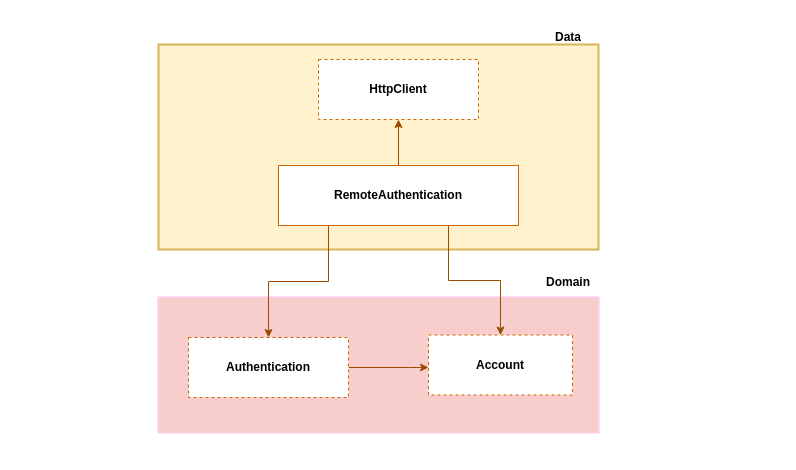
The draw.io diagram diagrams/authentication_use_case.drawio in rrs-sistema/mobile-sales-micros-services, before the edit. Source tidied: cells renumbered, new cells numbered last; positions are measured from the earlier drawing's top-left corner, leaving out a move shared by most shapes. Both pictures are drawn from the tidied source at 100%, with x=0, y=0 at pixel (158, 22).
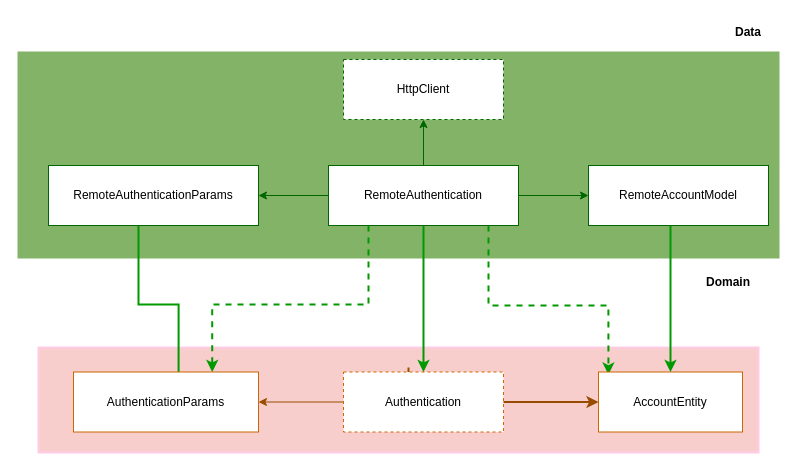
The same diagram, later.

What changed in the source:
```diff
@@
     <mxCell id="2" style="rounded=0;whiteSpace=wrap;html=1;fillColor=#f8cecc;strokeColor=#FFCCE6;strokeWidth=2;" parent="1" vertex="1">
-      <mxGeometry y="275" width="440" height="135" as="geometry" />
+      <mxGeometry x="-120" y="325" width="720" height="105" as="geometry" />
     </mxCell>
-    <mxCell id="3" style="rounded=0;whiteSpace=wrap;html=1;fillColor=#fff2cc;strokeColor=#d6b656;strokeWidth=2;" parent="1" vertex="1">
-      <mxGeometry y="22" width="440" height="205" as="geometry" />
+    <mxCell id="3" style="rounded=0;whiteSpace=wrap;html=1;fillColor=#82B366;strokeColor=#82b366;strokeWidth=2;" parent="1" vertex="1">
+      <mxGeometry x="-140" y="30" width="760" height="205" as="geometry" />
     </mxCell>
-    <mxCell id="4" value="&lt;b&gt;HttpClient&lt;/b&gt;" style="rounded=0;whiteSpace=wrap;html=1;strokeColor=#CC6600;strokeWidth=1;fillColor=default;dashed=1;" parent="1" vertex="1">
-      <mxGeometry x="160" y="37" width="160" height="60" as="geometry" />
+    <mxCell id="4" value="HttpClient" style="rounded=0;whiteSpace=wrap;html=1;strokeColor=#006600;strokeWidth=1;fillColor=default;dashed=1;" parent="1" vertex="1">
+      <mxGeometry x="185" y="37" width="160" height="60" as="geometry" />
     </mxCell>
-    <mxCell id="5" style="edgeStyle=orthogonalEdgeStyle;rounded=0;jettySize=auto;html=1;entryX=0.5;entryY=1;entryDx=0;entryDy=0;strokeColor=#994C00;" parent="1" edge="1" source="8" target="4">
+    <mxCell id="5" style="edgeStyle=orthogonalEdgeStyle;rounded=0;jettySize=auto;html=1;entryX=0.5;entryY=1;entryDx=0;entryDy=0;strokeColor=#006600;" parent="1" edge="1" source="8" target="4">
       <mxGeometry relative="1" as="geometry" />
     </mxCell>
+    <mxCell id="14" style="edgeStyle=orthogonalEdgeStyle;rounded=0;jettySize=auto;html=1;strokeColor=#006600;" parent="1" edge="1" source="8" target="19">
+      <mxGeometry relative="1" as="geometry" />
+    </mxCell>
+    <mxCell id="15" style="edgeStyle=orthogonalEdgeStyle;rounded=0;jettySize=auto;html=1;strokeColor=#006600;" parent="1" edge="1" source="8" target="21">
+      <mxGeometry relative="1" as="geometry" />
+    </mxCell>
-    <mxCell id="6" style="edgeStyle=orthogonalEdgeStyle;rounded=0;jettySize=auto;html=1;entryX=0.5;entryY=0;entryDx=0;entryDy=0;strokeColor=#994C00;" parent="1" edge="1" source="8" target="11">
-      <mxGeometry relative="1" as="geometry">
-        <Array as="points">
-          <mxPoint x="170" y="259" />
-          <mxPoint x="110" y="259" />
-        </Array>
-      </mxGeometry>
+    <mxCell id="6" style="edgeStyle=orthogonalEdgeStyle;rounded=0;jettySize=auto;html=1;strokeColor=#009900;strokeWidth=2;" parent="1" edge="1" source="8" target="11">
+      <mxGeometry relative="1" as="geometry" />
     </mxCell>
+    <mxCell id="16" style="edgeStyle=orthogonalEdgeStyle;rounded=0;jettySize=auto;html=1;entryX=0.75;entryY=0;entryDx=0;entryDy=0;strokeColor=#009900;strokeWidth=2;dashed=1;" parent="1" edge="1" source="8" target="22">
+      <mxGeometry relative="1" as="geometry">
+        <Array as="points">
+          <mxPoint x="210" y="282" />
+          <mxPoint x="54" y="282" />
+        </Array>
+      </mxGeometry>
+    </mxCell>
-    <mxCell id="7" style="edgeStyle=orthogonalEdgeStyle;rounded=0;jettySize=auto;html=1;entryX=0.5;entryY=0;entryDx=0;entryDy=0;strokeColor=#994C00;" parent="1" edge="1" source="8" target="12">
+    <mxCell id="7" style="edgeStyle=orthogonalEdgeStyle;rounded=0;jettySize=auto;html=1;entryX=0.069;entryY=0.042;entryDx=0;entryDy=0;entryPerimeter=0;strokeColor=#009900;strokeWidth=2;dashed=1;" parent="1" edge="1" source="8" target="12">
       <mxGeometry relative="1" as="geometry">
         <Array as="points">
-          <mxPoint x="290" y="258" />
-          <mxPoint x="342" y="258" />
+          <mxPoint x="330" y="283" />
+          <mxPoint x="450" y="283" />
         </Array>
       </mxGeometry>
     </mxCell>
-    <mxCell id="8" value="&lt;b&gt;RemoteAuthentication&lt;/b&gt;" style="rounded=0;whiteSpace=wrap;html=1;strokeColor=#CC6600;strokeWidth=1;fillColor=default;" parent="1" vertex="1">
-      <mxGeometry x="120" y="143" width="240" height="60" as="geometry" />
+    <mxCell id="8" value="RemoteAuthentication" style="rounded=0;whiteSpace=wrap;html=1;strokeColor=#006600;strokeWidth=1;fillColor=default;" parent="1" vertex="1">
+      <mxGeometry x="170" y="143" width="190" height="60" as="geometry" />
     </mxCell>
     <mxCell id="9" value="&lt;b&gt;Data&lt;/b&gt;" style="text;html=1;strokeColor=none;fillColor=none;align=center;verticalAlign=middle;whiteSpace=wrap;rounded=0;dashed=1;" parent="1" vertex="1">
-      <mxGeometry x="380" width="60" height="30" as="geometry" />
+      <mxGeometry x="560" y="-5" width="60" height="30" as="geometry" />
     </mxCell>
-    <mxCell id="10" style="edgeStyle=orthogonalEdgeStyle;rounded=0;jettySize=auto;html=1;strokeColor=#994C00;" parent="1" edge="1" source="11" target="12">
+    <mxCell id="10" style="edgeStyle=orthogonalEdgeStyle;rounded=0;jettySize=auto;html=1;strokeColor=#994C00;strokeWidth=2;" parent="1" edge="1" source="11" target="12">
       <mxGeometry relative="1" as="geometry">
         <Array as="points">
           <mxPoint x="250" y="345" />
           <mxPoint x="250" y="345" />
         </Array>
       </mxGeometry>
     </mxCell>
+    <mxCell id="17" style="edgeStyle=orthogonalEdgeStyle;rounded=0;jettySize=auto;html=1;strokeColor=#994C00;" parent="1" edge="1" source="11" target="22">
+      <mxGeometry relative="1" as="geometry" />
+    </mxCell>
-    <mxCell id="11" value="&lt;b&gt;Authentication&lt;/b&gt;" style="rounded=0;whiteSpace=wrap;html=1;strokeColor=#CC6600;strokeWidth=1;fillColor=default;dashed=1;" parent="1" vertex="1">
-      <mxGeometry x="30" y="315" width="160" height="60" as="geometry" />
+    <mxCell id="11" value="Authentication" style="rounded=0;whiteSpace=wrap;html=1;strokeColor=#CC6600;strokeWidth=1;fillColor=default;dashed=1;" parent="1" vertex="1">
+      <mxGeometry x="185" y="349.5" width="160" height="60" as="geometry" />
     </mxCell>
-    <mxCell id="12" value="&lt;b&gt;Account&lt;/b&gt;" style="rounded=0;whiteSpace=wrap;html=1;strokeColor=#CC6600;strokeWidth=1;fillColor=default;dashed=1;" parent="1" vertex="1">
-      <mxGeometry x="270" y="312.5" width="144" height="60" as="geometry" />
+    <mxCell id="12" value="AccountEntity" style="rounded=0;whiteSpace=wrap;html=1;strokeColor=#CC6600;strokeWidth=1;fillColor=default;" parent="1" vertex="1">
+      <mxGeometry x="440" y="349.5" width="144" height="60" as="geometry" />
     </mxCell>
     <mxCell id="13" value="&lt;b&gt;Domain&lt;/b&gt;" style="text;html=1;strokeColor=none;fillColor=none;align=center;verticalAlign=middle;whiteSpace=wrap;rounded=0;dashed=1;" parent="1" vertex="1">
-      <mxGeometry x="380" y="245" width="60" height="30" as="geometry" />
+      <mxGeometry x="540" y="245" width="60" height="30" as="geometry" />
     </mxCell>
+    <mxCell id="18" style="edgeStyle=orthogonalEdgeStyle;rounded=0;jettySize=auto;html=1;entryX=0.568;entryY=0.208;entryDx=0;entryDy=0;entryPerimeter=0;strokeColor=#009900;strokeWidth=2;" parent="1" edge="1" source="19" target="22">
+      <mxGeometry relative="1" as="geometry">
+        <Array as="points">
+          <mxPoint x="-20" y="282" />
+          <mxPoint x="20" y="282" />
+        </Array>
+      </mxGeometry>
+    </mxCell>
+    <mxCell id="19" value="RemoteAuthenticationParams" style="rounded=0;whiteSpace=wrap;html=1;strokeColor=#006600;strokeWidth=1;fillColor=default;" parent="1" vertex="1">
+      <mxGeometry x="-110" y="143" width="210" height="60" as="geometry" />
+    </mxCell>
+    <mxCell id="20" style="edgeStyle=orthogonalEdgeStyle;rounded=0;jettySize=auto;html=1;strokeColor=#009900;strokeWidth=2;" parent="1" edge="1" source="21" target="12">
+      <mxGeometry relative="1" as="geometry">
+        <Array as="points">
+          <mxPoint x="512" y="225" />
+          <mxPoint x="512" y="225" />
+        </Array>
+      </mxGeometry>
+    </mxCell>
+    <mxCell id="21" value="RemoteAccountModel" style="rounded=0;whiteSpace=wrap;html=1;strokeColor=#006600;strokeWidth=1;fillColor=default;" parent="1" vertex="1">
+      <mxGeometry x="430" y="143" width="180" height="60" as="geometry" />
+    </mxCell>
+    <mxCell id="22" value="AuthenticationParams" style="rounded=0;whiteSpace=wrap;html=1;strokeColor=#CC6600;strokeWidth=1;fillColor=default;" parent="1" vertex="1">
+      <mxGeometry x="-85" y="349.5" width="185" height="60" as="geometry" />
+    </mxCell>
```
